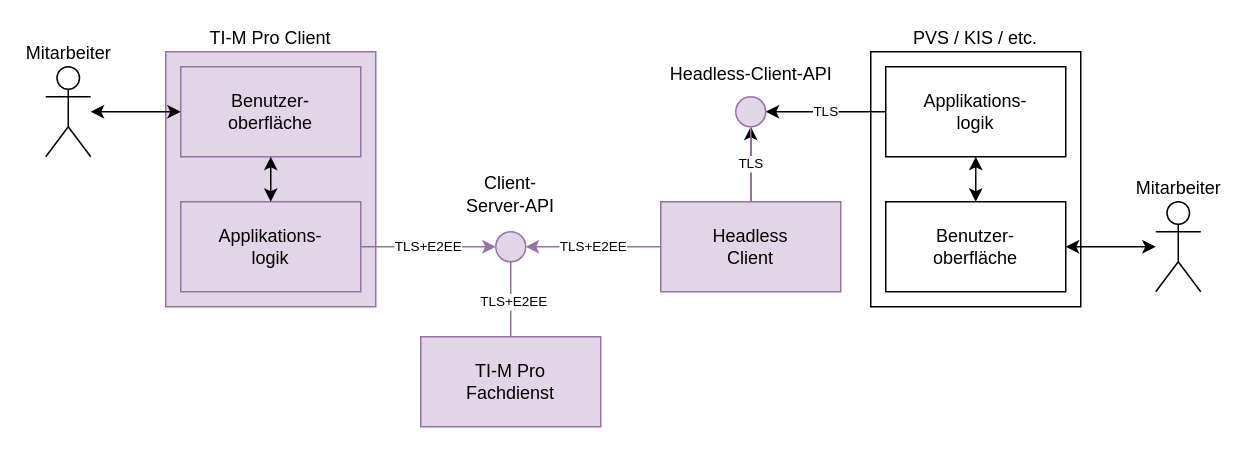
gematik/api-ti-messenger keeps this draw.io diagram as src/images/Other/hc-standalone.drawio. Above is the earlier version. Source tidied: cells renumbered, new cells numbered last; positions are measured from the earlier drawing's top-left corner, leaving out a move shared by most shapes. Both pictures are drawn from the tidied source at 150%, with x=0, y=0 at pixel (45, 51).
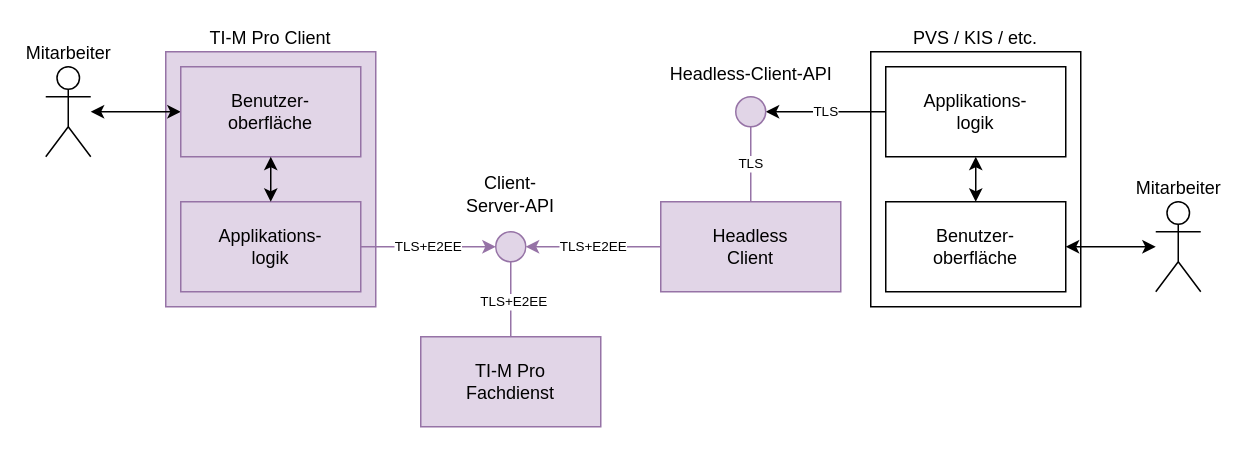
After the change.

Commit message:
Remove arrow head

Unchanged cells that the change refers to:
```xml
<mxCell id="15" value="Headless&lt;div&gt;Client&lt;/div&gt;" style="rounded=0;whiteSpace=wrap;html=1;fillColor=#e1d5e7;strokeColor=#9673a6;" parent="1" vertex="1">
  <mxGeometry x="410" y="100" width="120" height="60" as="geometry" />
</mxCell>
<mxCell id="21" style="ellipse;whiteSpace=wrap;html=1;fillColor=#e1d5e7;strokeColor=#9673a6;" parent="1" vertex="1">
  <mxGeometry x="460" y="30" width="20" height="20" as="geometry" />
</mxCell>
```

The edit, as a diff of the source:
```diff
@@
-    <mxCell id="14" style="edgeStyle=orthogonalEdgeStyle;rounded=0;jettySize=auto;html=1;" parent="1" edge="1" source="15" target="21">
-      <mxGeometry relative="1" as="geometry" />
-    </mxCell>
```
